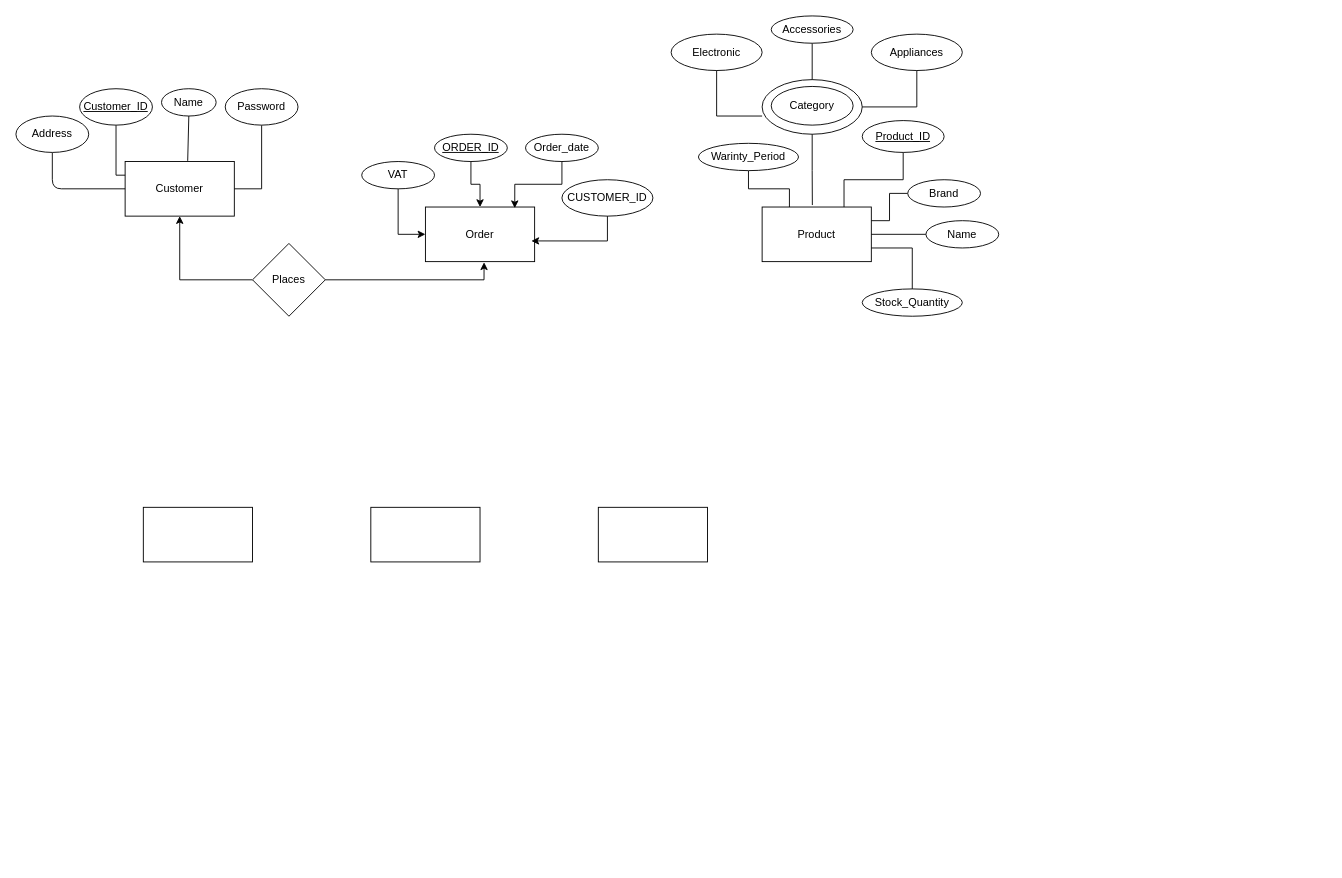
ALPHAMAN-0/ER-Diagram keeps this draw.io diagram as Ecommarce.drawio. Above is the earlier version. Source tidied: cells renumbered, new cells numbered last; positions are measured from the earlier drawing's top-left corner, leaving out a move shared by most shapes. Both pictures are drawn from the tidied source at 91%, with x=0, y=0 at pixel (15, 15).
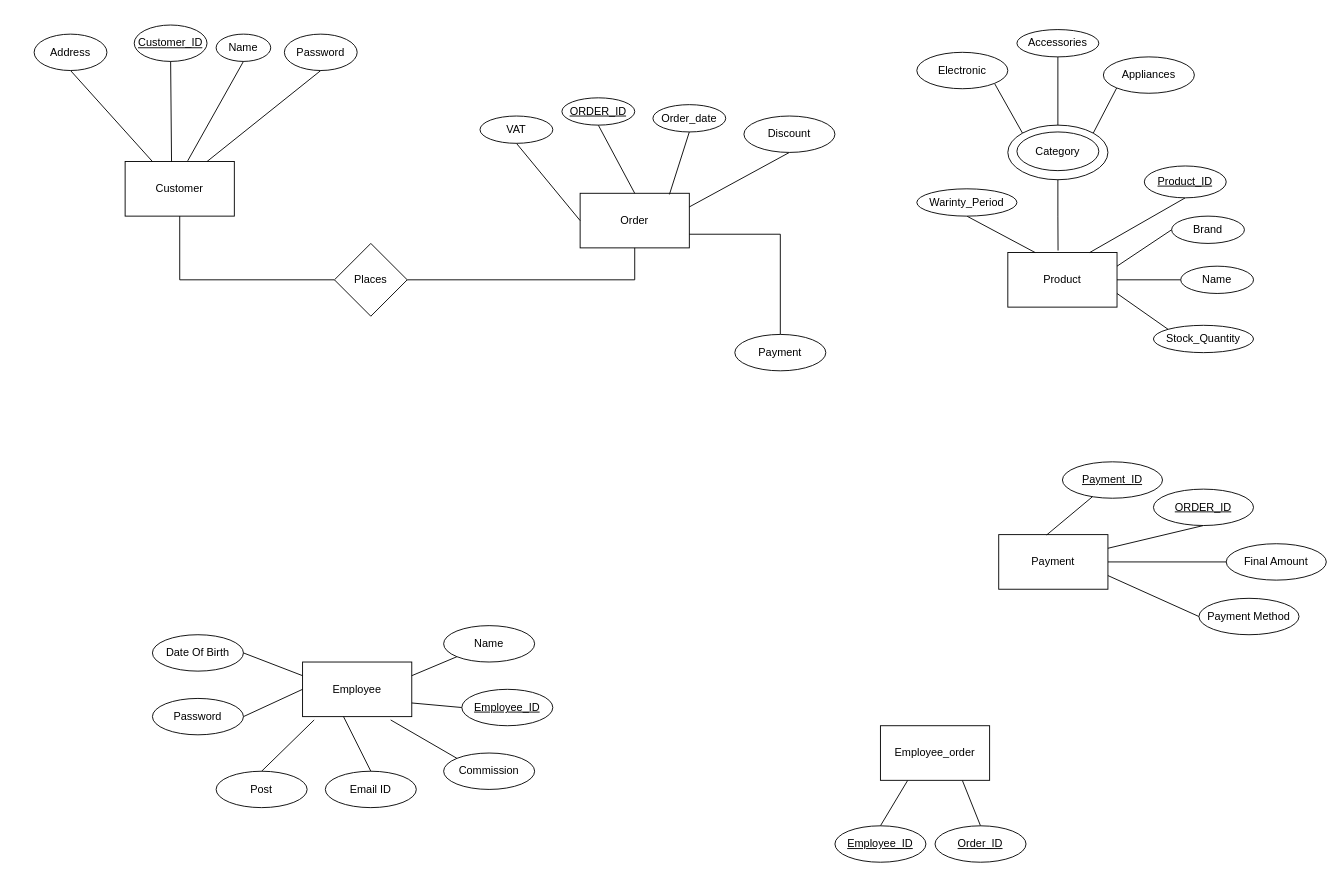
The same page after the edit.

Unchanged cells that the change refers to:
```xml
<mxCell id="2" value="Customer" style="rounded=0;whiteSpace=wrap;html=1;" parent="1" vertex="1">
  <mxGeometry x="120" y="160" width="120" height="60" as="geometry" />
</mxCell>
```

Diff of the diagram source:
```diff
@@
     <mxCell id="3" value="Order" style="rounded=0;whiteSpace=wrap;html=1;" parent="1" vertex="1">
-      <mxGeometry x="450" y="210" width="120" height="60" as="geometry" />
+      <mxGeometry x="620" y="194.9" width="120" height="60" as="geometry" />
     </mxCell>
     <mxCell id="4" value="Product" style="rounded=0;whiteSpace=wrap;html=1;" parent="1" vertex="1">
-      <mxGeometry x="820" y="210" width="120" height="60" as="geometry" />
+      <mxGeometry x="1090" y="260" width="120" height="60" as="geometry" />
     </mxCell>
-    <mxCell id="5" style="rounded=0;whiteSpace=wrap;html=1;" parent="1" vertex="1">
-      <mxGeometry x="390" y="540" width="120" height="60" as="geometry" />
+    <mxCell id="5" value="Employee" style="rounded=0;whiteSpace=wrap;html=1;" parent="1" vertex="1">
+      <mxGeometry x="315" y="710" width="120" height="60" as="geometry" />
     </mxCell>
+    <mxCell id="46" style="rounded=0;jettySize=auto;html=1;exitX=0.25;exitY=1;exitDx=0;exitDy=0;entryX=0.5;entryY=0;entryDx=0;entryDy=0;endArrow=none;startFill=0;" parent="1" edge="1" source="6" target="71">
+      <mxGeometry relative="1" as="geometry" />
+    </mxCell>
+    <mxCell id="47" style="rounded=0;jettySize=auto;html=1;exitX=0.75;exitY=1;exitDx=0;exitDy=0;entryX=0.5;entryY=0;entryDx=0;entryDy=0;endArrow=none;startFill=0;" parent="1" edge="1" source="6" target="72">
+      <mxGeometry relative="1" as="geometry" />
+    </mxCell>
-    <mxCell id="6" style="rounded=0;whiteSpace=wrap;html=1;" parent="1" vertex="1">
-      <mxGeometry x="140" y="540" width="120" height="60" as="geometry" />
+    <mxCell id="6" value="Employee_order" style="rounded=0;whiteSpace=wrap;html=1;" parent="1" vertex="1">
+      <mxGeometry x="950" y="780" width="120" height="60" as="geometry" />
     </mxCell>
+    <mxCell id="48" style="rounded=0;jettySize=auto;html=1;exitX=1;exitY=0.5;exitDx=0;exitDy=0;entryX=0;entryY=0.5;entryDx=0;entryDy=0;endArrow=none;startFill=0;" parent="1" edge="1" source="7" target="58">
+      <mxGeometry relative="1" as="geometry" />
+    </mxCell>
-    <mxCell id="7" style="rounded=0;whiteSpace=wrap;html=1;" parent="1" vertex="1">
-      <mxGeometry x="640" y="540" width="120" height="60" as="geometry" />
+    <mxCell id="7" value="Payment" style="rounded=0;whiteSpace=wrap;html=1;" parent="1" vertex="1">
+      <mxGeometry x="1080" y="570" width="120" height="60" as="geometry" />
     </mxCell>
-    <mxCell id="8" style="rounded=0;jettySize=auto;html=1;exitX=0.5;exitY=1;exitDx=0;exitDy=0;entryX=0;entryY=0.25;entryDx=0;entryDy=0;endArrow=none;startFill=0;edgeStyle=elbowEdgeStyle;" parent="1" edge="1" source="9" target="2">
-      <mxGeometry relative="1" as="geometry">
-        <Array as="points">
-          <mxPoint x="110" y="140" />
-        </Array>
-      </mxGeometry>
-    </mxCell>
     <mxCell id="9" value="&lt;u&gt;Customer_ID&lt;/u&gt;" style="ellipse;whiteSpace=wrap;html=1;" parent="1" vertex="1">
-      <mxGeometry x="70" y="80" width="80" height="40" as="geometry" />
+      <mxGeometry x="130" y="10" width="80" height="40" as="geometry" />
     </mxCell>
     <mxCell id="10" value="Name" style="ellipse;whiteSpace=wrap;html=1;" parent="1" vertex="1">
-      <mxGeometry x="160" y="80" width="60" height="30" as="geometry" />
+      <mxGeometry x="220" y="20" width="60" height="30" as="geometry" />
     </mxCell>
-    <mxCell id="11" style="rounded=1;jettySize=auto;html=1;exitX=0.5;exitY=1;exitDx=0;exitDy=0;entryX=0;entryY=0.5;entryDx=0;entryDy=0;endArrow=none;startFill=0;edgeStyle=orthogonalEdgeStyle;" parent="1" edge="1" source="12" target="2">
+    <mxCell id="11" style="rounded=0;jettySize=auto;html=1;exitX=0.5;exitY=1;exitDx=0;exitDy=0;entryX=0.25;entryY=0;entryDx=0;entryDy=0;endArrow=none;startFill=0;" parent="1" edge="1" source="12" target="2">
       <mxGeometry relative="1" as="geometry" />
     </mxCell>
     <mxCell id="12" value="Address" style="ellipse;whiteSpace=wrap;html=1;" parent="1" vertex="1">
-      <mxGeometry y="110" width="80" height="40" as="geometry" />
+      <mxGeometry x="20" y="20" width="80" height="40" as="geometry" />
     </mxCell>
-    <mxCell id="13" style="edgeStyle=orthogonalEdgeStyle;rounded=0;jettySize=auto;html=1;exitX=0.5;exitY=1;exitDx=0;exitDy=0;entryX=1;entryY=0.5;entryDx=0;entryDy=0;endArrow=none;startFill=0;" parent="1" edge="1" source="14" target="2">
+    <mxCell id="13" style="rounded=0;jettySize=auto;html=1;exitX=0.5;exitY=1;exitDx=0;exitDy=0;entryX=0.75;entryY=0;entryDx=0;entryDy=0;endArrow=none;startFill=0;" parent="1" edge="1" source="14" target="2">
       <mxGeometry relative="1" as="geometry" />
     </mxCell>
     <mxCell id="14" value="Password" style="ellipse;whiteSpace=wrap;html=1;" parent="1" vertex="1">
-      <mxGeometry x="230" y="80" width="80" height="40" as="geometry" />
+      <mxGeometry x="295" y="20" width="80" height="40" as="geometry" />
     </mxCell>
@@
-    <mxCell id="16" style="edgeStyle=orthogonalEdgeStyle;rounded=0;jettySize=auto;html=1;exitX=0.5;exitY=1;exitDx=0;exitDy=0;entryX=0.5;entryY=0;entryDx=0;entryDy=0;" parent="1" edge="1" source="17" target="3">
+    <mxCell id="16" style="rounded=0;jettySize=auto;html=1;exitX=0.5;exitY=1;exitDx=0;exitDy=0;entryX=0.5;entryY=0;entryDx=0;entryDy=0;endArrow=none;startFill=0;" parent="1" edge="1" source="17" target="3">
       <mxGeometry relative="1" as="geometry" />
     </mxCell>
     <mxCell id="17" value="&lt;u&gt;ORDER_ID&lt;/u&gt;" style="ellipse;whiteSpace=wrap;html=1;" parent="1" vertex="1">
-      <mxGeometry x="460" y="130" width="80" height="30" as="geometry" />
+      <mxGeometry x="600" y="90" width="80" height="30" as="geometry" />
     </mxCell>
     <mxCell id="18" value="Order_date" style="ellipse;whiteSpace=wrap;html=1;" parent="1" vertex="1">
-      <mxGeometry x="560" y="130" width="80" height="30" as="geometry" />
+      <mxGeometry x="700" y="97.5" width="80" height="30" as="geometry" />
     </mxCell>
-    <mxCell id="19" style="edgeStyle=orthogonalEdgeStyle;rounded=0;jettySize=auto;html=1;exitX=0.5;exitY=1;exitDx=0;exitDy=0;entryX=0;entryY=0.5;entryDx=0;entryDy=0;" parent="1" edge="1" source="20" target="3">
+    <mxCell id="19" style="rounded=0;jettySize=auto;html=1;exitX=0.5;exitY=1;exitDx=0;exitDy=0;entryX=0;entryY=0.5;entryDx=0;entryDy=0;endArrow=none;startFill=0;" parent="1" edge="1" source="20" target="3">
       <mxGeometry relative="1" as="geometry" />
     </mxCell>
     <mxCell id="20" value="VAT" style="ellipse;whiteSpace=wrap;html=1;" parent="1" vertex="1">
-      <mxGeometry x="380" y="160" width="80" height="30" as="geometry" />
+      <mxGeometry x="510" y="110" width="80" height="30" as="geometry" />
     </mxCell>
-    <mxCell id="21" value="CUSTOMER_ID" style="ellipse;whiteSpace=wrap;html=1;" parent="1" vertex="1">
-      <mxGeometry x="600" y="180" width="100" height="40" as="geometry" />
-    </mxCell>
-    <mxCell id="22" style="edgeStyle=orthogonalEdgeStyle;rounded=0;jettySize=auto;html=1;exitX=0.5;exitY=1;exitDx=0;exitDy=0;entryX=0.97;entryY=0.621;entryDx=0;entryDy=0;entryPerimeter=0;" parent="1" edge="1" source="21" target="3">
-      <mxGeometry relative="1" as="geometry" />
-    </mxCell>
-    <mxCell id="23" style="edgeStyle=orthogonalEdgeStyle;rounded=0;jettySize=auto;html=1;exitX=0.5;exitY=1;exitDx=0;exitDy=0;entryX=0.818;entryY=0.021;entryDx=0;entryDy=0;entryPerimeter=0;" parent="1" edge="1" source="18" target="3">
+    <mxCell id="23" style="rounded=0;jettySize=auto;html=1;exitX=0.5;exitY=1;exitDx=0;exitDy=0;entryX=0.818;entryY=0.021;entryDx=0;entryDy=0;entryPerimeter=0;endArrow=none;startFill=0;" parent="1" edge="1" source="18" target="3">
       <mxGeometry relative="1" as="geometry" />
     </mxCell>
-    <mxCell id="24" style="edgeStyle=orthogonalEdgeStyle;rounded=0;jettySize=auto;html=1;exitX=0;exitY=0.5;exitDx=0;exitDy=0;entryX=0.5;entryY=1;entryDx=0;entryDy=0;" parent="1" edge="1" source="25" target="2">
+    <mxCell id="24" style="edgeStyle=orthogonalEdgeStyle;rounded=0;jettySize=auto;html=1;exitX=0;exitY=0.5;exitDx=0;exitDy=0;entryX=0.5;entryY=1;entryDx=0;entryDy=0;endArrow=none;startFill=0;" parent="1" edge="1" source="25" target="2">
       <mxGeometry relative="1" as="geometry" />
     </mxCell>
+    <mxCell id="26" style="edgeStyle=orthogonalEdgeStyle;rounded=0;jettySize=auto;html=1;exitX=1;exitY=0.5;exitDx=0;exitDy=0;entryX=0.5;entryY=1;entryDx=0;entryDy=0;endArrow=none;startFill=0;" parent="1" edge="1" source="25" target="3">
+      <mxGeometry relative="1" as="geometry" />
+    </mxCell>
     <mxCell id="25" value="Places" style="rhombus;whiteSpace=wrap;html=1;" parent="1" vertex="1">
-      <mxGeometry x="260" y="250" width="80" height="80" as="geometry" />
+      <mxGeometry x="350" y="250" width="80" height="80" as="geometry" />
     </mxCell>
-    <mxCell id="26" style="edgeStyle=orthogonalEdgeStyle;rounded=0;jettySize=auto;html=1;exitX=1;exitY=0.5;exitDx=0;exitDy=0;entryX=0.537;entryY=1.012;entryDx=0;entryDy=0;entryPerimeter=0;" parent="1" edge="1" source="25" target="3">
-      <mxGeometry relative="1" as="geometry" />
-    </mxCell>
-    <mxCell id="27" style="edgeStyle=orthogonalEdgeStyle;rounded=0;jettySize=auto;html=1;exitX=0.5;exitY=1;exitDx=0;exitDy=0;entryX=0.75;entryY=0;entryDx=0;entryDy=0;endArrow=none;startFill=0;" parent="1" edge="1" source="28" target="4">
+    <mxCell id="27" style="rounded=0;jettySize=auto;html=1;exitX=0.5;exitY=1;exitDx=0;exitDy=0;entryX=0.75;entryY=0;entryDx=0;entryDy=0;endArrow=none;startFill=0;" parent="1" edge="1" source="28" target="4">
       <mxGeometry relative="1" as="geometry" />
     </mxCell>
     <mxCell id="28" value="&lt;u&gt;Product_ID&lt;/u&gt;" style="ellipse;whiteSpace=wrap;html=1;" parent="1" vertex="1">
-      <mxGeometry x="930" y="115" width="90" height="35" as="geometry" />
+      <mxGeometry x="1240" y="164.9" width="90" height="35" as="geometry" />
     </mxCell>
@@
     <mxCell id="30" value="Name" style="ellipse;whiteSpace=wrap;html=1;" parent="1" vertex="1">
-      <mxGeometry x="1000" y="225" width="80" height="30" as="geometry" />
+      <mxGeometry x="1280" y="275" width="80" height="30" as="geometry" />
     </mxCell>
-    <mxCell id="31" style="edgeStyle=orthogonalEdgeStyle;rounded=0;jettySize=auto;html=1;exitX=0;exitY=0.5;exitDx=0;exitDy=0;entryX=1;entryY=0.25;entryDx=0;entryDy=0;endArrow=none;startFill=0;" parent="1" edge="1" source="32" target="4">
+    <mxCell id="31" style="rounded=0;jettySize=auto;html=1;exitX=0;exitY=0.5;exitDx=0;exitDy=0;entryX=1;entryY=0.25;entryDx=0;entryDy=0;endArrow=none;startFill=0;" parent="1" edge="1" source="32" target="4">
       <mxGeometry relative="1" as="geometry" />
     </mxCell>
     <mxCell id="32" value="Brand" style="ellipse;whiteSpace=wrap;html=1;" parent="1" vertex="1">
-      <mxGeometry x="980" y="180" width="80" height="30" as="geometry" />
+      <mxGeometry x="1270" y="220" width="80" height="30" as="geometry" />
     </mxCell>
-    <mxCell id="33" style="edgeStyle=orthogonalEdgeStyle;rounded=0;jettySize=auto;html=1;exitX=0.5;exitY=0;exitDx=0;exitDy=0;entryX=1;entryY=0.75;entryDx=0;entryDy=0;endArrow=none;startFill=0;" parent="1" edge="1" source="34" target="4">
+    <mxCell id="33" style="rounded=0;jettySize=auto;html=1;exitX=0;exitY=0;exitDx=0;exitDy=0;entryX=1;entryY=0.75;entryDx=0;entryDy=0;endArrow=none;startFill=0;" parent="1" edge="1" source="34" target="4">
       <mxGeometry relative="1" as="geometry" />
     </mxCell>
     <mxCell id="34" value="Stock_Quantity" style="ellipse;whiteSpace=wrap;html=1;" parent="1" vertex="1">
-      <mxGeometry x="930" y="300" width="110" height="30" as="geometry" />
+      <mxGeometry x="1250" y="340" width="110" height="30" as="geometry" />
     </mxCell>
-    <mxCell id="35" style="edgeStyle=orthogonalEdgeStyle;rounded=0;jettySize=auto;html=1;exitX=0.5;exitY=1;exitDx=0;exitDy=0;entryX=0.25;entryY=0;entryDx=0;entryDy=0;endArrow=none;startFill=0;" parent="1" edge="1" source="36" target="4">
+    <mxCell id="35" style="rounded=0;jettySize=auto;html=1;exitX=0.5;exitY=1;exitDx=0;exitDy=0;entryX=0.25;entryY=0;entryDx=0;entryDy=0;endArrow=none;startFill=0;" parent="1" edge="1" source="36" target="4">
       <mxGeometry relative="1" as="geometry" />
     </mxCell>
     <mxCell id="36" value="Warinty_Period" style="ellipse;whiteSpace=wrap;html=1;" parent="1" vertex="1">
-      <mxGeometry x="750" y="140" width="110" height="30" as="geometry" />
+      <mxGeometry x="990" y="190" width="110" height="30" as="geometry" />
     </mxCell>
     <mxCell id="37" style="ellipse;whiteSpace=wrap;html=1;" parent="1" vertex="1">
-      <mxGeometry x="820" y="70" width="110" height="60" as="geometry" />
+      <mxGeometry x="1090" y="120" width="110" height="60" as="geometry" />
     </mxCell>
     <mxCell id="38" value="Category" style="ellipse;whiteSpace=wrap;html=1;" parent="1" vertex="1">
-      <mxGeometry x="830" y="77.5" width="90" height="42.5" as="geometry" />
+      <mxGeometry x="1100" y="127.5" width="90" height="42.5" as="geometry" />
     </mxCell>
+    <mxCell id="44" style="rounded=0;jettySize=auto;html=1;exitX=1;exitY=1;exitDx=0;exitDy=0;entryX=0;entryY=0;entryDx=0;entryDy=0;endArrow=none;startFill=0;" parent="1" edge="1" source="39" target="37">
+      <mxGeometry relative="1" as="geometry" />
+    </mxCell>
     <mxCell id="39" value="Electronic" style="ellipse;whiteSpace=wrap;html=1;" parent="1" vertex="1">
-      <mxGeometry x="720" y="20" width="100" height="40" as="geometry" />
+      <mxGeometry x="990" y="40" width="100" height="40" as="geometry" />
     </mxCell>
@@
     <mxCell id="41" value="Accessories" style="ellipse;whiteSpace=wrap;html=1;" parent="1" vertex="1">
-      <mxGeometry x="830" width="90" height="30" as="geometry" />
+      <mxGeometry x="1100" y="15" width="90" height="30" as="geometry" />
     </mxCell>
-    <mxCell id="42" style="edgeStyle=orthogonalEdgeStyle;rounded=0;jettySize=auto;html=1;exitX=0.5;exitY=1;exitDx=0;exitDy=0;entryX=1;entryY=0.5;entryDx=0;entryDy=0;endArrow=none;startFill=0;" parent="1" edge="1" source="43" target="37">
+    <mxCell id="42" style="rounded=0;jettySize=auto;html=1;exitX=0;exitY=1;exitDx=0;exitDy=0;entryX=1;entryY=0;entryDx=0;entryDy=0;endArrow=none;startFill=0;" parent="1" edge="1" source="43" target="37">
       <mxGeometry relative="1" as="geometry" />
     </mxCell>
     <mxCell id="43" value="Appliances" style="ellipse;whiteSpace=wrap;html=1;" parent="1" vertex="1">
-      <mxGeometry x="940" y="20" width="100" height="40" as="geometry" />
+      <mxGeometry x="1195" y="45" width="100" height="40" as="geometry" />
     </mxCell>
-    <mxCell id="44" style="edgeStyle=orthogonalEdgeStyle;rounded=0;jettySize=auto;html=1;exitX=0.5;exitY=1;exitDx=0;exitDy=0;entryX=0;entryY=0.667;entryDx=0;entryDy=0;entryPerimeter=0;endArrow=none;startFill=0;" parent="1" edge="1" source="39" target="37">
-      <mxGeometry relative="1" as="geometry" />
-    </mxCell>
@@
+    <mxCell id="49" style="rounded=0;jettySize=auto;html=1;exitX=0.5;exitY=1;exitDx=0;exitDy=0;entryX=1;entryY=0.25;entryDx=0;entryDy=0;endArrow=none;startFill=0;" parent="1" edge="1" source="50" target="3">
+      <mxGeometry relative="1" as="geometry" />
+    </mxCell>
+    <mxCell id="50" value="Discount" style="ellipse;whiteSpace=wrap;html=1;" parent="1" vertex="1">
+      <mxGeometry x="800" y="110" width="100" height="40" as="geometry" />
+    </mxCell>
+    <mxCell id="51" style="edgeStyle=orthogonalEdgeStyle;rounded=0;jettySize=auto;html=1;exitX=0.5;exitY=0;exitDx=0;exitDy=0;entryX=1;entryY=0.75;entryDx=0;entryDy=0;endArrow=none;startFill=0;" parent="1" edge="1" source="52" target="3">
+      <mxGeometry relative="1" as="geometry" />
+    </mxCell>
+    <mxCell id="52" value="Payment" style="ellipse;whiteSpace=wrap;html=1;" parent="1" vertex="1">
+      <mxGeometry x="790" y="350" width="100" height="40" as="geometry" />
+    </mxCell>
+    <mxCell id="53" value="&lt;u&gt;Payment_ID&lt;/u&gt;" style="ellipse;whiteSpace=wrap;html=1;" parent="1" vertex="1">
+      <mxGeometry x="1150" y="490" width="110" height="40" as="geometry" />
+    </mxCell>
+    <mxCell id="54" style="rounded=0;jettySize=auto;html=1;exitX=0.5;exitY=1;exitDx=0;exitDy=0;entryX=1;entryY=0.25;entryDx=0;entryDy=0;endArrow=none;startFill=0;" parent="1" edge="1" source="55" target="7">
+      <mxGeometry relative="1" as="geometry" />
+    </mxCell>
+    <mxCell id="55" value="&lt;u&gt;ORDER_ID&lt;/u&gt;" style="ellipse;whiteSpace=wrap;html=1;" parent="1" vertex="1">
+      <mxGeometry x="1250" y="520" width="110" height="40" as="geometry" />
+    </mxCell>
+    <mxCell id="56" style="rounded=0;jettySize=auto;html=1;exitX=0;exitY=0.5;exitDx=0;exitDy=0;entryX=1;entryY=0.75;entryDx=0;entryDy=0;endArrow=none;startFill=0;" parent="1" edge="1" source="57" target="7">
+      <mxGeometry relative="1" as="geometry" />
+    </mxCell>
+    <mxCell id="57" value="Payment Method" style="ellipse;whiteSpace=wrap;html=1;" parent="1" vertex="1">
+      <mxGeometry x="1300" y="640" width="110" height="40" as="geometry" />
+    </mxCell>
+    <mxCell id="58" value="Final Amount" style="ellipse;whiteSpace=wrap;html=1;" parent="1" vertex="1">
+      <mxGeometry x="1330" y="580" width="110" height="40" as="geometry" />
+    </mxCell>
+    <mxCell id="59" style="rounded=0;jettySize=auto;html=1;entryX=0.439;entryY=0.006;entryDx=0;entryDy=0;entryPerimeter=0;endArrow=none;startFill=0;" parent="1" edge="1" source="53" target="7">
+      <mxGeometry relative="1" as="geometry" />
+    </mxCell>
+    <mxCell id="60" style="rounded=0;jettySize=auto;html=1;exitX=0;exitY=0.5;exitDx=0;exitDy=0;entryX=1;entryY=0.75;entryDx=0;entryDy=0;endArrow=none;startFill=0;" parent="1" edge="1" source="61" target="5">
+      <mxGeometry relative="1" as="geometry" />
+    </mxCell>
+    <mxCell id="61" value="&lt;u&gt;Employee_ID&lt;/u&gt;" style="ellipse;whiteSpace=wrap;html=1;" parent="1" vertex="1">
+      <mxGeometry x="490" y="740" width="100" height="40" as="geometry" />
+    </mxCell>
+    <mxCell id="62" style="rounded=0;jettySize=auto;html=1;exitX=1;exitY=0.5;exitDx=0;exitDy=0;entryX=0;entryY=0.5;entryDx=0;entryDy=0;endArrow=none;startFill=0;" parent="1" edge="1" source="63" target="5">
+      <mxGeometry relative="1" as="geometry" />
+    </mxCell>
+    <mxCell id="63" value="Password" style="ellipse;whiteSpace=wrap;html=1;" parent="1" vertex="1">
+      <mxGeometry x="150" y="750" width="100" height="40" as="geometry" />
+    </mxCell>
+    <mxCell id="64" value="Email ID" style="ellipse;whiteSpace=wrap;html=1;" parent="1" vertex="1">
+      <mxGeometry x="340" y="830" width="100" height="40" as="geometry" />
+    </mxCell>
+    <mxCell id="65" style="rounded=0;jettySize=auto;html=1;exitX=0;exitY=1;exitDx=0;exitDy=0;entryX=1;entryY=0.25;entryDx=0;entryDy=0;endArrow=none;startFill=0;" parent="1" edge="1" source="66" target="5">
+      <mxGeometry relative="1" as="geometry" />
+    </mxCell>
+    <mxCell id="66" value="Name" style="ellipse;whiteSpace=wrap;html=1;" parent="1" vertex="1">
+      <mxGeometry x="470" y="670" width="100" height="40" as="geometry" />
+    </mxCell>
+    <mxCell id="67" style="rounded=0;jettySize=auto;html=1;exitX=1;exitY=0.5;exitDx=0;exitDy=0;entryX=0;entryY=0.25;entryDx=0;entryDy=0;endArrow=none;startFill=0;" parent="1" edge="1" source="68" target="5">
+      <mxGeometry relative="1" as="geometry" />
+    </mxCell>
+    <mxCell id="68" value="Date Of Birth" style="ellipse;whiteSpace=wrap;html=1;" parent="1" vertex="1">
+      <mxGeometry x="150" y="680" width="100" height="40" as="geometry" />
+    </mxCell>
+    <mxCell id="69" value="Post" style="ellipse;whiteSpace=wrap;html=1;" parent="1" vertex="1">
+      <mxGeometry x="220" y="830" width="100" height="40" as="geometry" />
+    </mxCell>
+    <mxCell id="70" value="Commission" style="ellipse;whiteSpace=wrap;html=1;" parent="1" vertex="1">
+      <mxGeometry x="470" y="810" width="100" height="40" as="geometry" />
+    </mxCell>
+    <mxCell id="71" value="&lt;u&gt;Employee_ID&lt;/u&gt;" style="ellipse;whiteSpace=wrap;html=1;" parent="1" vertex="1">
+      <mxGeometry x="900" y="890" width="100" height="40" as="geometry" />
+    </mxCell>
+    <mxCell id="72" value="&lt;u&gt;Order_ID&lt;/u&gt;" style="ellipse;whiteSpace=wrap;html=1;" parent="1" vertex="1">
+      <mxGeometry x="1010" y="890" width="100" height="40" as="geometry" />
+    </mxCell>
+    <mxCell id="8" style="rounded=0;jettySize=auto;html=1;exitX=0.5;exitY=1;exitDx=0;exitDy=0;entryX=0.425;entryY=0.006;entryDx=0;entryDy=0;entryPerimeter=0;endArrow=none;startFill=0;" parent="1" edge="1" source="9" target="2">
+      <mxGeometry relative="1" as="geometry" />
+    </mxCell>
+    <mxCell id="73" style="rounded=0;jettySize=auto;html=1;exitX=0.5;exitY=0;exitDx=0;exitDy=0;entryX=0.106;entryY=1.061;entryDx=0;entryDy=0;entryPerimeter=0;endArrow=none;startFill=0;" parent="1" edge="1" source="69" target="5">
+      <mxGeometry relative="1" as="geometry" />
+    </mxCell>
+    <mxCell id="74" style="rounded=0;jettySize=auto;html=1;exitX=0.5;exitY=0;exitDx=0;exitDy=0;entryX=0.375;entryY=1;entryDx=0;entryDy=0;entryPerimeter=0;endArrow=none;startFill=0;" parent="1" edge="1" source="64" target="5">
+      <mxGeometry relative="1" as="geometry" />
+    </mxCell>
+    <mxCell id="75" style="rounded=0;jettySize=auto;html=1;exitX=0;exitY=0;exitDx=0;exitDy=0;entryX=0.807;entryY=1.061;entryDx=0;entryDy=0;entryPerimeter=0;endArrow=none;startFill=0;" parent="1" edge="1" source="70" target="5">
+      <mxGeometry relative="1" as="geometry" />
+    </mxCell>
```
